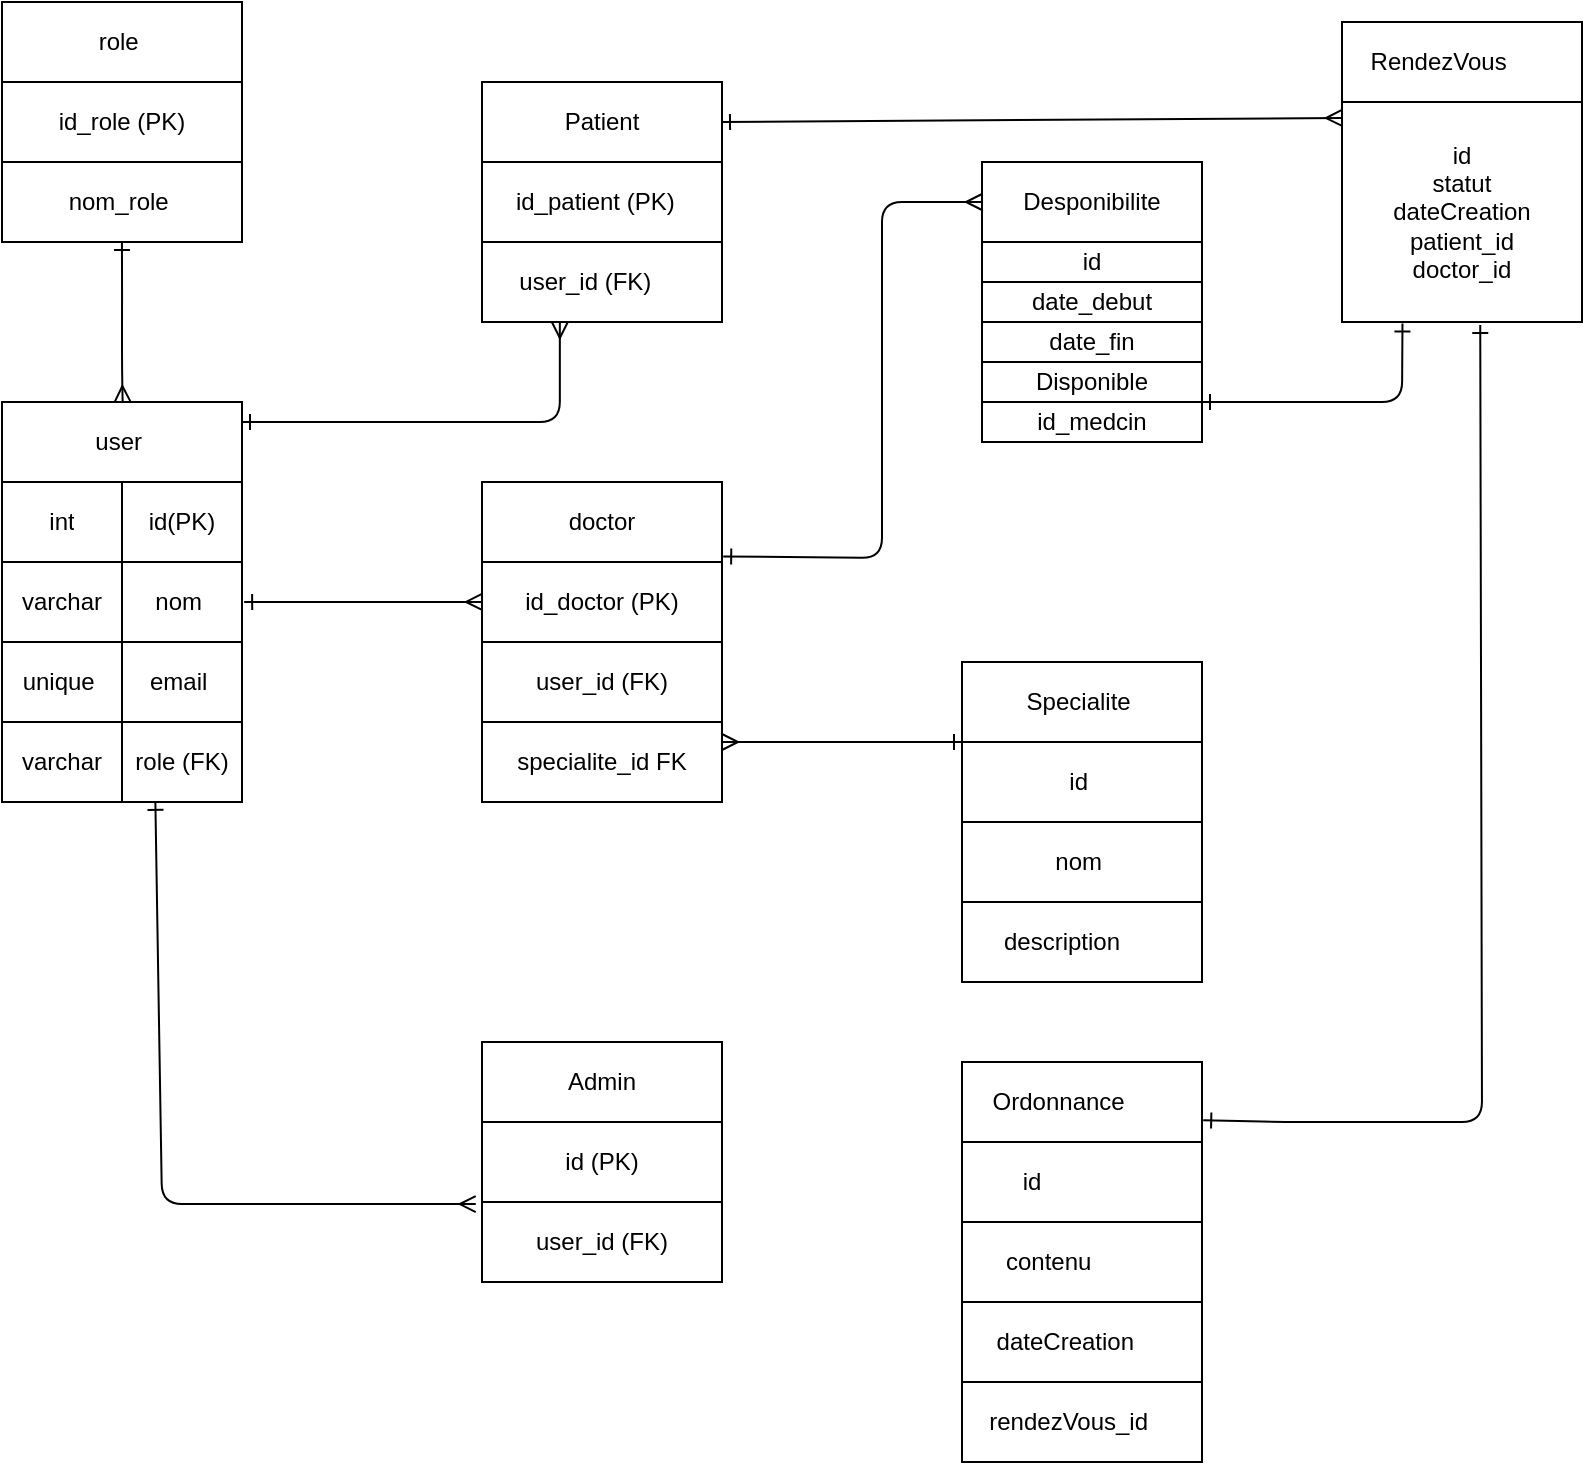
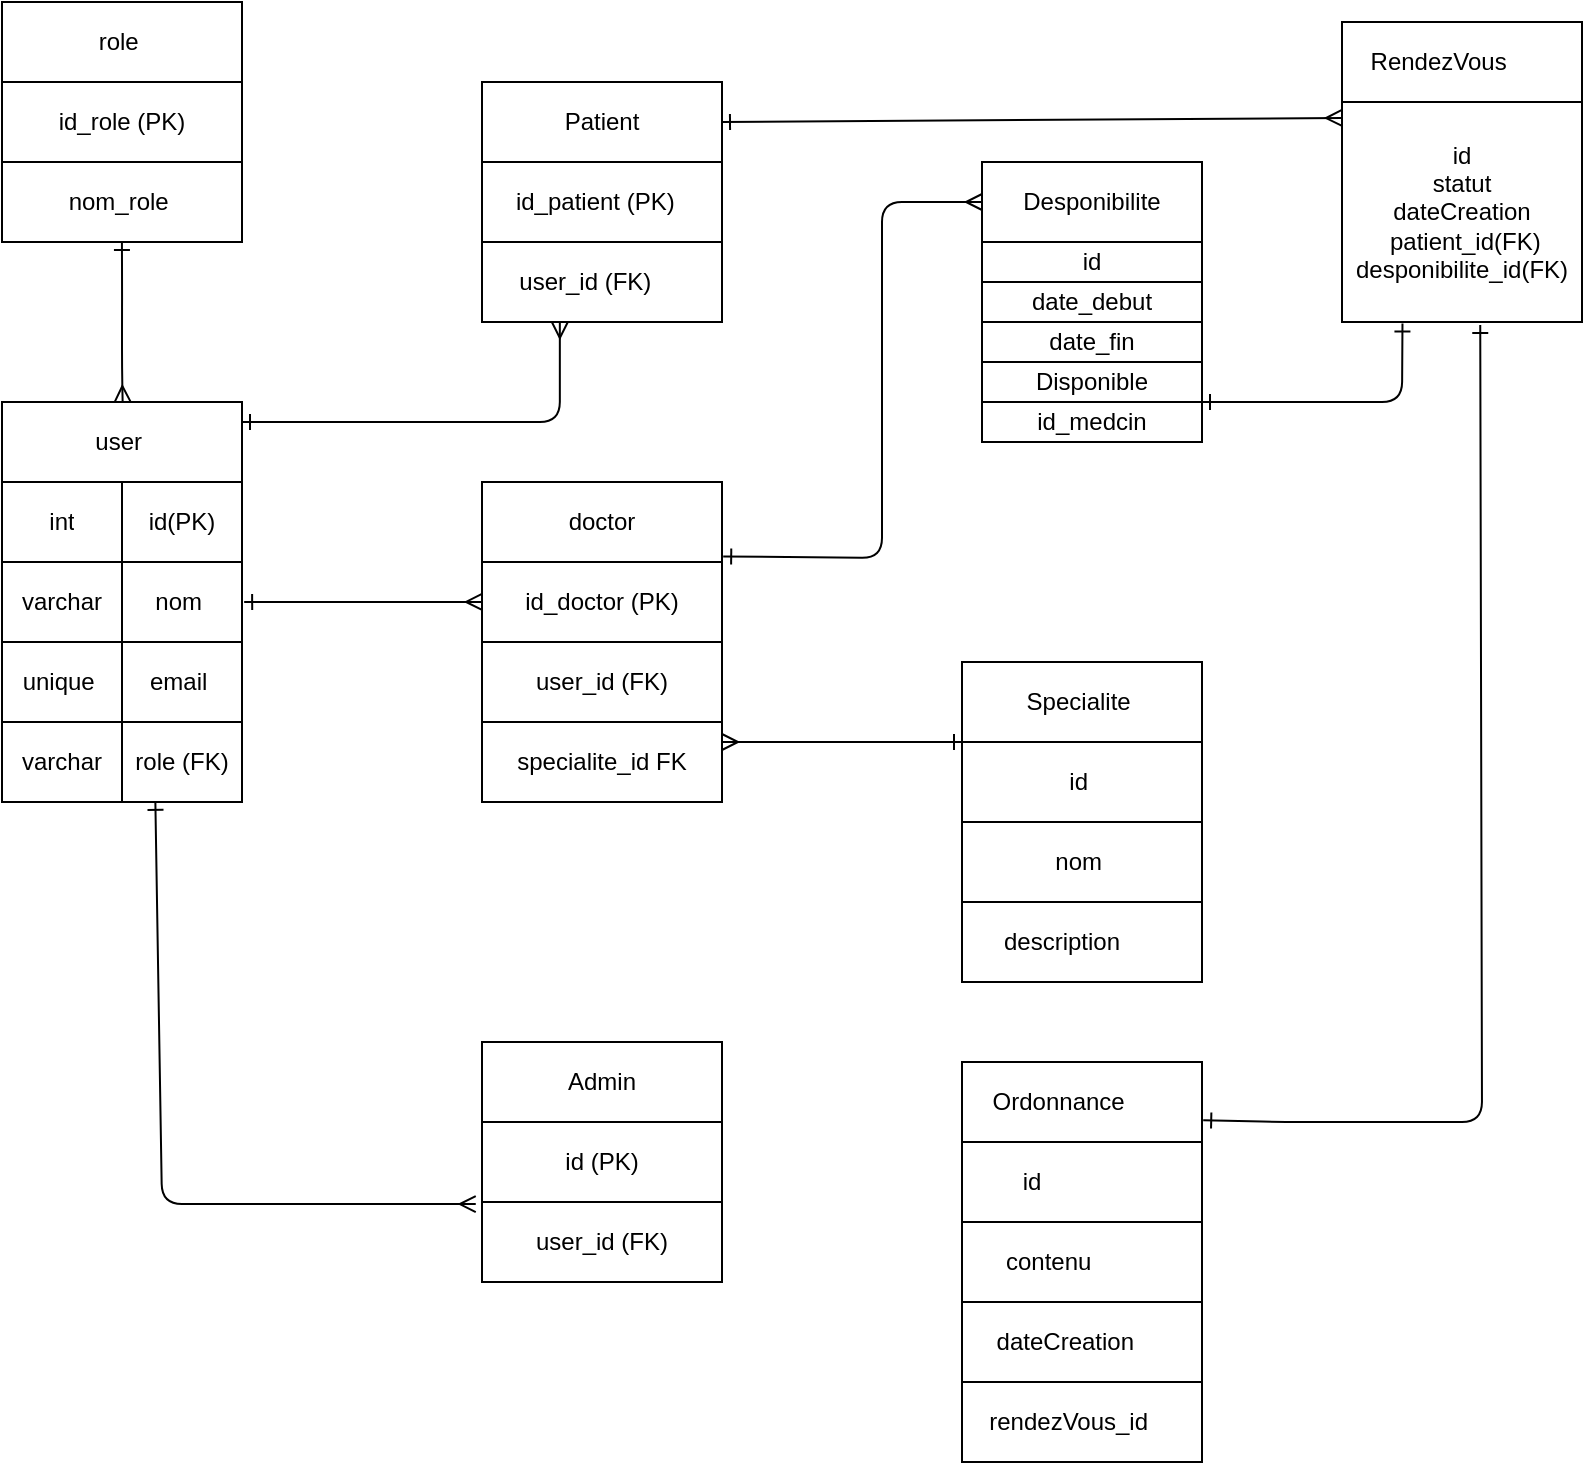
<mxfile host="65bd71144e">
    <diagram id="8NXw5d6HLf969eZLkYwe" name="Page-1">
-         <mxGraphModel dx="648" dy="493" grid="1" gridSize="10" guides="1" tooltips="1" connect="1" arrows="1" fold="1" page="1" pageScale="1" pageWidth="850" pageHeight="1100" math="0" shadow="0">
+         <mxGraphModel dx="580" dy="441" grid="1" gridSize="10" guides="1" tooltips="1" connect="1" arrows="1" fold="1" page="1" pageScale="1" pageWidth="850" pageHeight="1100" math="0" shadow="0">
            <root>
                <mxCell id="0"/>
                <mxCell id="1" parent="0"/>
                <mxCell id="43" value="" style="shape=table;startSize=0;container=1;collapsible=0;childLayout=tableLayout;" parent="1" vertex="1">
                    <mxGeometry x="20" y="240" width="120" height="40" as="geometry"/>
                </mxCell>
                <mxCell id="44" value="" style="shape=tableRow;horizontal=0;startSize=0;swimlaneHead=0;swimlaneBody=0;strokeColor=inherit;top=0;left=0;bottom=0;right=0;collapsible=0;dropTarget=0;fillColor=none;points=[[0,0.5],[1,0.5]];portConstraint=eastwest;" parent="43" vertex="1">
                    <mxGeometry width="120" height="40" as="geometry"/>
                </mxCell>
                <mxCell id="45" value="user&amp;nbsp;" style="shape=partialRectangle;html=1;whiteSpace=wrap;connectable=0;strokeColor=inherit;overflow=hidden;fillColor=none;top=0;left=0;bottom=0;right=0;pointerEvents=1;" parent="44" vertex="1">
                    <mxGeometry width="120" height="40" as="geometry">
                        <mxRectangle width="120" height="40" as="alternateBounds"/>
                    </mxGeometry>
                </mxCell>
                <mxCell id="62" value="" style="shape=table;startSize=0;container=1;collapsible=0;childLayout=tableLayout;" parent="1" vertex="1">
                    <mxGeometry x="20" y="280" width="120" height="160" as="geometry"/>
                </mxCell>
                <mxCell id="63" value="" style="shape=tableRow;horizontal=0;startSize=0;swimlaneHead=0;swimlaneBody=0;strokeColor=inherit;top=0;left=0;bottom=0;right=0;collapsible=0;dropTarget=0;fillColor=none;points=[[0,0.5],[1,0.5]];portConstraint=eastwest;" parent="62" vertex="1">
                    <mxGeometry width="120" height="40" as="geometry"/>
                </mxCell>
                <mxCell id="64" value="&lt;span style=&quot;color: rgb(0, 0, 0);&quot;&gt;int&lt;/span&gt;" style="shape=partialRectangle;html=1;whiteSpace=wrap;connectable=0;strokeColor=inherit;overflow=hidden;fillColor=none;top=0;left=0;bottom=0;right=0;pointerEvents=1;" parent="63" vertex="1">
                    <mxGeometry width="60" height="40" as="geometry">
                        <mxRectangle width="60" height="40" as="alternateBounds"/>
                    </mxGeometry>
                </mxCell>
                <mxCell id="65" value="id(PK)" style="shape=partialRectangle;html=1;whiteSpace=wrap;connectable=0;strokeColor=inherit;overflow=hidden;fillColor=none;top=0;left=0;bottom=0;right=0;pointerEvents=1;" parent="63" vertex="1">
                    <mxGeometry x="60" width="60" height="40" as="geometry">
                        <mxRectangle width="60" height="40" as="alternateBounds"/>
                    </mxGeometry>
                </mxCell>
                <mxCell id="66" value="" style="shape=tableRow;horizontal=0;startSize=0;swimlaneHead=0;swimlaneBody=0;strokeColor=inherit;top=0;left=0;bottom=0;right=0;collapsible=0;dropTarget=0;fillColor=none;points=[[0,0.5],[1,0.5]];portConstraint=eastwest;" parent="62" vertex="1">
                    <mxGeometry y="40" width="120" height="40" as="geometry"/>
                </mxCell>
                <mxCell id="67" value="&lt;span style=&quot;color: rgb(0, 0, 0);&quot;&gt;varchar&lt;/span&gt;" style="shape=partialRectangle;html=1;whiteSpace=wrap;connectable=0;strokeColor=inherit;overflow=hidden;fillColor=none;top=0;left=0;bottom=0;right=0;pointerEvents=1;" parent="66" vertex="1">
                    <mxGeometry width="60" height="40" as="geometry">
                        <mxRectangle width="60" height="40" as="alternateBounds"/>
                    </mxGeometry>
                </mxCell>
                <mxCell id="68" value="nom&amp;nbsp;" style="shape=partialRectangle;html=1;whiteSpace=wrap;connectable=0;strokeColor=inherit;overflow=hidden;fillColor=none;top=0;left=0;bottom=0;right=0;pointerEvents=1;" parent="66" vertex="1">
                    <mxGeometry x="60" width="60" height="40" as="geometry">
                        <mxRectangle width="60" height="40" as="alternateBounds"/>
                    </mxGeometry>
                </mxCell>
                <mxCell id="69" value="" style="shape=tableRow;horizontal=0;startSize=0;swimlaneHead=0;swimlaneBody=0;strokeColor=inherit;top=0;left=0;bottom=0;right=0;collapsible=0;dropTarget=0;fillColor=none;points=[[0,0.5],[1,0.5]];portConstraint=eastwest;" parent="62" vertex="1">
                    <mxGeometry y="80" width="120" height="40" as="geometry"/>
                </mxCell>
                <mxCell id="70" value="&lt;span style=&quot;color: rgb(0, 0, 0);&quot;&gt;unique&amp;nbsp;&lt;/span&gt;" style="shape=partialRectangle;html=1;whiteSpace=wrap;connectable=0;strokeColor=inherit;overflow=hidden;fillColor=none;top=0;left=0;bottom=0;right=0;pointerEvents=1;" parent="69" vertex="1">
                    <mxGeometry width="60" height="40" as="geometry">
                        <mxRectangle width="60" height="40" as="alternateBounds"/>
                    </mxGeometry>
                </mxCell>
                <mxCell id="71" value="email&amp;nbsp;" style="shape=partialRectangle;html=1;whiteSpace=wrap;connectable=0;strokeColor=inherit;overflow=hidden;fillColor=none;top=0;left=0;bottom=0;right=0;pointerEvents=1;" parent="69" vertex="1">
                    <mxGeometry x="60" width="60" height="40" as="geometry">
                        <mxRectangle width="60" height="40" as="alternateBounds"/>
                    </mxGeometry>
                </mxCell>
                <mxCell id="72" value="" style="shape=tableRow;horizontal=0;startSize=0;swimlaneHead=0;swimlaneBody=0;strokeColor=inherit;top=0;left=0;bottom=0;right=0;collapsible=0;dropTarget=0;fillColor=none;points=[[0,0.5],[1,0.5]];portConstraint=eastwest;" parent="62" vertex="1">
                    <mxGeometry y="120" width="120" height="40" as="geometry"/>
                </mxCell>
                <mxCell id="73" value="&lt;span style=&quot;color: rgb(0, 0, 0);&quot;&gt;varchar&lt;/span&gt;" style="shape=partialRectangle;html=1;whiteSpace=wrap;connectable=0;strokeColor=inherit;overflow=hidden;fillColor=none;top=0;left=0;bottom=0;right=0;pointerEvents=1;" parent="72" vertex="1">
                    <mxGeometry width="60" height="40" as="geometry">
                        <mxRectangle width="60" height="40" as="alternateBounds"/>
                    </mxGeometry>
                </mxCell>
                <mxCell id="74" value="&lt;span style=&quot;color: rgb(0, 0, 0);&quot;&gt;role (FK)&lt;/span&gt;" style="shape=partialRectangle;html=1;whiteSpace=wrap;connectable=0;strokeColor=inherit;overflow=hidden;fillColor=none;top=0;left=0;bottom=0;right=0;pointerEvents=1;" parent="72" vertex="1">
                    <mxGeometry x="60" width="60" height="40" as="geometry">
                        <mxRectangle width="60" height="40" as="alternateBounds"/>
                    </mxGeometry>
                </mxCell>
                <mxCell id="91" value="" style="shape=table;startSize=0;container=1;collapsible=0;childLayout=tableLayout;" parent="1" vertex="1">
                    <mxGeometry x="260" y="80" width="120" height="40" as="geometry"/>
                </mxCell>
                <mxCell id="92" value="" style="shape=tableRow;horizontal=0;startSize=0;swimlaneHead=0;swimlaneBody=0;strokeColor=inherit;top=0;left=0;bottom=0;right=0;collapsible=0;dropTarget=0;fillColor=none;points=[[0,0.5],[1,0.5]];portConstraint=eastwest;" parent="91" vertex="1">
                    <mxGeometry width="120" height="40" as="geometry"/>
                </mxCell>
                <mxCell id="93" value="Patient " style="shape=partialRectangle;html=1;whiteSpace=wrap;connectable=0;strokeColor=inherit;overflow=hidden;fillColor=none;top=0;left=0;bottom=0;right=0;pointerEvents=1;" parent="92" vertex="1">
                    <mxGeometry width="120" height="40" as="geometry">
                        <mxRectangle width="120" height="40" as="alternateBounds"/>
                    </mxGeometry>
                </mxCell>
                <mxCell id="107" value="" style="shape=table;startSize=0;container=1;collapsible=0;childLayout=tableLayout;" parent="1" vertex="1">
                    <mxGeometry x="20" y="40" width="120" height="40" as="geometry"/>
                </mxCell>
                <mxCell id="108" value="" style="shape=tableRow;horizontal=0;startSize=0;swimlaneHead=0;swimlaneBody=0;strokeColor=inherit;top=0;left=0;bottom=0;right=0;collapsible=0;dropTarget=0;fillColor=none;points=[[0,0.5],[1,0.5]];portConstraint=eastwest;" parent="107" vertex="1">
                    <mxGeometry width="120" height="40" as="geometry"/>
                </mxCell>
                <mxCell id="109" value="role&amp;nbsp;" style="shape=partialRectangle;html=1;whiteSpace=wrap;connectable=0;strokeColor=inherit;overflow=hidden;fillColor=none;top=0;left=0;bottom=0;right=0;pointerEvents=1;" parent="108" vertex="1">
                    <mxGeometry width="120" height="40" as="geometry">
                        <mxRectangle width="120" height="40" as="alternateBounds"/>
                    </mxGeometry>
                </mxCell>
                <mxCell id="121" value="" style="shape=table;startSize=0;container=1;collapsible=0;childLayout=tableLayout;" parent="1" vertex="1">
                    <mxGeometry x="20" y="80" width="120" height="80" as="geometry"/>
                </mxCell>
                <mxCell id="122" value="" style="shape=tableRow;horizontal=0;startSize=0;swimlaneHead=0;swimlaneBody=0;strokeColor=inherit;top=0;left=0;bottom=0;right=0;collapsible=0;dropTarget=0;fillColor=none;points=[[0,0.5],[1,0.5]];portConstraint=eastwest;" parent="121" vertex="1">
                    <mxGeometry width="120" height="40" as="geometry"/>
                </mxCell>
                <mxCell id="123" value="&amp;nbsp;id_role (PK)&amp;nbsp;" style="shape=partialRectangle;html=1;whiteSpace=wrap;connectable=0;strokeColor=inherit;overflow=hidden;fillColor=none;top=0;left=0;bottom=0;right=0;pointerEvents=1;" parent="122" vertex="1">
                    <mxGeometry width="120" height="40" as="geometry">
                        <mxRectangle width="120" height="40" as="alternateBounds"/>
                    </mxGeometry>
                </mxCell>
                <mxCell id="124" value="" style="shape=tableRow;horizontal=0;startSize=0;swimlaneHead=0;swimlaneBody=0;strokeColor=inherit;top=0;left=0;bottom=0;right=0;collapsible=0;dropTarget=0;fillColor=none;points=[[0,0.5],[1,0.5]];portConstraint=eastwest;" parent="121" vertex="1">
                    <mxGeometry y="40" width="120" height="40" as="geometry"/>
                </mxCell>
                <mxCell id="125" value="nom_role&amp;nbsp;" style="shape=partialRectangle;html=1;whiteSpace=wrap;connectable=0;strokeColor=inherit;overflow=hidden;fillColor=none;top=0;left=0;bottom=0;right=0;pointerEvents=1;" parent="124" vertex="1">
                    <mxGeometry width="120" height="40" as="geometry">
                        <mxRectangle width="120" height="40" as="alternateBounds"/>
                    </mxGeometry>
                </mxCell>
                <mxCell id="126" value="" style="shape=table;startSize=0;container=1;collapsible=0;childLayout=tableLayout;" parent="1" vertex="1">
                    <mxGeometry x="260" y="120" width="120" height="80" as="geometry"/>
                </mxCell>
                <mxCell id="127" value="" style="shape=tableRow;horizontal=0;startSize=0;swimlaneHead=0;swimlaneBody=0;strokeColor=inherit;top=0;left=0;bottom=0;right=0;collapsible=0;dropTarget=0;fillColor=none;points=[[0,0.5],[1,0.5]];portConstraint=eastwest;" parent="126" vertex="1">
                    <mxGeometry width="120" height="40" as="geometry"/>
                </mxCell>
                <mxCell id="128" value="id_patient (PK)&amp;nbsp;&amp;nbsp;" style="shape=partialRectangle;html=1;whiteSpace=wrap;connectable=0;strokeColor=inherit;overflow=hidden;fillColor=none;top=0;left=0;bottom=0;right=0;pointerEvents=1;" parent="127" vertex="1">
                    <mxGeometry width="120" height="40" as="geometry">
                        <mxRectangle width="120" height="40" as="alternateBounds"/>
                    </mxGeometry>
                </mxCell>
                <mxCell id="129" value="" style="shape=tableRow;horizontal=0;startSize=0;swimlaneHead=0;swimlaneBody=0;strokeColor=inherit;top=0;left=0;bottom=0;right=0;collapsible=0;dropTarget=0;fillColor=none;points=[[0,0.5],[1,0.5]];portConstraint=eastwest;" parent="126" vertex="1">
                    <mxGeometry y="40" width="120" height="40" as="geometry"/>
                </mxCell>
                <mxCell id="130" value="user_id (FK)&amp;nbsp; &amp;nbsp; &amp;nbsp;" style="shape=partialRectangle;html=1;whiteSpace=wrap;connectable=0;strokeColor=inherit;overflow=hidden;fillColor=none;top=0;left=0;bottom=0;right=0;pointerEvents=1;" parent="129" vertex="1">
                    <mxGeometry width="120" height="40" as="geometry">
                        <mxRectangle width="120" height="40" as="alternateBounds"/>
                    </mxGeometry>
                </mxCell>
                <mxCell id="131" value="" style="shape=table;startSize=0;container=1;collapsible=0;childLayout=tableLayout;" parent="1" vertex="1">
                    <mxGeometry x="260" y="280" width="120" height="40" as="geometry"/>
                </mxCell>
                <mxCell id="132" value="" style="shape=tableRow;horizontal=0;startSize=0;swimlaneHead=0;swimlaneBody=0;strokeColor=inherit;top=0;left=0;bottom=0;right=0;collapsible=0;dropTarget=0;fillColor=none;points=[[0,0.5],[1,0.5]];portConstraint=eastwest;" parent="131" vertex="1">
                    <mxGeometry width="120" height="40" as="geometry"/>
                </mxCell>
                <mxCell id="133" value="doctor" style="shape=partialRectangle;html=1;whiteSpace=wrap;connectable=0;strokeColor=inherit;overflow=hidden;fillColor=none;top=0;left=0;bottom=0;right=0;pointerEvents=1;" parent="132" vertex="1">
                    <mxGeometry width="120" height="40" as="geometry">
                        <mxRectangle width="120" height="40" as="alternateBounds"/>
                    </mxGeometry>
                </mxCell>
                <mxCell id="134" value="" style="shape=table;startSize=0;container=1;collapsible=0;childLayout=tableLayout;" parent="1" vertex="1">
                    <mxGeometry x="260" y="320" width="120" height="80" as="geometry"/>
                </mxCell>
                <mxCell id="135" value="" style="shape=tableRow;horizontal=0;startSize=0;swimlaneHead=0;swimlaneBody=0;strokeColor=inherit;top=0;left=0;bottom=0;right=0;collapsible=0;dropTarget=0;fillColor=none;points=[[0,0.5],[1,0.5]];portConstraint=eastwest;" parent="134" vertex="1">
                    <mxGeometry width="120" height="40" as="geometry"/>
                </mxCell>
                <mxCell id="136" value="id_doctor (PK)   " style="shape=partialRectangle;html=1;whiteSpace=wrap;connectable=0;strokeColor=inherit;overflow=hidden;fillColor=none;top=0;left=0;bottom=0;right=0;pointerEvents=1;" parent="135" vertex="1">
                    <mxGeometry width="120" height="40" as="geometry">
                        <mxRectangle width="120" height="40" as="alternateBounds"/>
                    </mxGeometry>
                </mxCell>
                <mxCell id="137" value="" style="shape=tableRow;horizontal=0;startSize=0;swimlaneHead=0;swimlaneBody=0;strokeColor=inherit;top=0;left=0;bottom=0;right=0;collapsible=0;dropTarget=0;fillColor=none;points=[[0,0.5],[1,0.5]];portConstraint=eastwest;" parent="134" vertex="1">
                    <mxGeometry y="40" width="120" height="40" as="geometry"/>
                </mxCell>
                <mxCell id="138" value="user_id (FK) " style="shape=partialRectangle;html=1;whiteSpace=wrap;connectable=0;strokeColor=inherit;overflow=hidden;fillColor=none;top=0;left=0;bottom=0;right=0;pointerEvents=1;" parent="137" vertex="1">
                    <mxGeometry width="120" height="40" as="geometry">
                        <mxRectangle width="120" height="40" as="alternateBounds"/>
                    </mxGeometry>
                </mxCell>
                <mxCell id="139" value="" style="shape=table;startSize=0;container=1;collapsible=0;childLayout=tableLayout;" parent="1" vertex="1">
                    <mxGeometry x="260" y="400" width="120" height="40" as="geometry"/>
                </mxCell>
                <mxCell id="140" value="" style="shape=tableRow;horizontal=0;startSize=0;swimlaneHead=0;swimlaneBody=0;strokeColor=inherit;top=0;left=0;bottom=0;right=0;collapsible=0;dropTarget=0;fillColor=none;points=[[0,0.5],[1,0.5]];portConstraint=eastwest;" parent="139" vertex="1">
                    <mxGeometry width="120" height="40" as="geometry"/>
                </mxCell>
                <mxCell id="141" value="&amp;nbsp;specialite_id FK&amp;nbsp;" style="shape=partialRectangle;html=1;whiteSpace=wrap;connectable=0;strokeColor=inherit;overflow=hidden;fillColor=none;top=0;left=0;bottom=0;right=0;pointerEvents=1;" parent="140" vertex="1">
                    <mxGeometry width="120" height="40" as="geometry">
                        <mxRectangle width="120" height="40" as="alternateBounds"/>
                    </mxGeometry>
                </mxCell>
                <mxCell id="142" value="" style="shape=table;startSize=0;container=1;collapsible=0;childLayout=tableLayout;" parent="1" vertex="1">
                    <mxGeometry x="260" y="560" width="120" height="40" as="geometry"/>
                </mxCell>
                <mxCell id="143" value="" style="shape=tableRow;horizontal=0;startSize=0;swimlaneHead=0;swimlaneBody=0;strokeColor=inherit;top=0;left=0;bottom=0;right=0;collapsible=0;dropTarget=0;fillColor=none;points=[[0,0.5],[1,0.5]];portConstraint=eastwest;" parent="142" vertex="1">
                    <mxGeometry width="120" height="40" as="geometry"/>
                </mxCell>
                <mxCell id="144" value="Admin" style="shape=partialRectangle;html=1;whiteSpace=wrap;connectable=0;strokeColor=inherit;overflow=hidden;fillColor=none;top=0;left=0;bottom=0;right=0;pointerEvents=1;" parent="143" vertex="1">
                    <mxGeometry width="120" height="40" as="geometry">
                        <mxRectangle width="120" height="40" as="alternateBounds"/>
                    </mxGeometry>
                </mxCell>
                <mxCell id="145" value="" style="shape=table;startSize=0;container=1;collapsible=0;childLayout=tableLayout;" parent="1" vertex="1">
                    <mxGeometry x="260" y="600" width="120" height="80" as="geometry"/>
                </mxCell>
                <mxCell id="146" value="" style="shape=tableRow;horizontal=0;startSize=0;swimlaneHead=0;swimlaneBody=0;strokeColor=inherit;top=0;left=0;bottom=0;right=0;collapsible=0;dropTarget=0;fillColor=none;points=[[0,0.5],[1,0.5]];portConstraint=eastwest;" parent="145" vertex="1">
                    <mxGeometry width="120" height="40" as="geometry"/>
                </mxCell>
                <mxCell id="147" value="id (PK) " style="shape=partialRectangle;html=1;whiteSpace=wrap;connectable=0;strokeColor=inherit;overflow=hidden;fillColor=none;top=0;left=0;bottom=0;right=0;pointerEvents=1;" parent="146" vertex="1">
                    <mxGeometry width="120" height="40" as="geometry">
                        <mxRectangle width="120" height="40" as="alternateBounds"/>
                    </mxGeometry>
                </mxCell>
                <mxCell id="148" value="" style="shape=tableRow;horizontal=0;startSize=0;swimlaneHead=0;swimlaneBody=0;strokeColor=inherit;top=0;left=0;bottom=0;right=0;collapsible=0;dropTarget=0;fillColor=none;points=[[0,0.5],[1,0.5]];portConstraint=eastwest;" parent="145" vertex="1">
                    <mxGeometry y="40" width="120" height="40" as="geometry"/>
                </mxCell>
                <mxCell id="149" value="user_id (FK)" style="shape=partialRectangle;html=1;whiteSpace=wrap;connectable=0;strokeColor=inherit;overflow=hidden;fillColor=none;top=0;left=0;bottom=0;right=0;pointerEvents=1;" parent="148" vertex="1">
                    <mxGeometry width="120" height="40" as="geometry">
                        <mxRectangle width="120" height="40" as="alternateBounds"/>
                    </mxGeometry>
                </mxCell>
                <mxCell id="152" style="edgeStyle=none;html=1;exitX=0.336;exitY=-0.071;exitDx=0;exitDy=0;exitPerimeter=0;endArrow=ERone;endFill=0;startArrow=ERmany;startFill=0;entryX=0.333;entryY=1;entryDx=0;entryDy=0;entryPerimeter=0;" parent="1" edge="1">
                    <mxGeometry relative="1" as="geometry">
                        <mxPoint x="80.32" y="240.00000000000003" as="sourcePoint"/>
                        <mxPoint x="79.95999999999998" y="160" as="targetPoint"/>
                        <Array as="points">
                            <mxPoint x="80" y="222.84"/>
                            <mxPoint x="80" y="202.84"/>
                            <mxPoint x="80.03999999999999" y="182.84"/>
                        </Array>
                    </mxGeometry>
                </mxCell>
                <mxCell id="156" style="edgeStyle=none;html=1;endArrow=ERone;endFill=0;startArrow=ERmany;startFill=0;entryX=1.009;entryY=0.002;entryDx=0;entryDy=0;entryPerimeter=0;" parent="1" edge="1">
                    <mxGeometry relative="1" as="geometry">
                        <mxPoint x="298.92" y="200" as="sourcePoint"/>
                        <mxPoint x="140" y="250.01999999999998" as="targetPoint"/>
                        <Array as="points">
                            <mxPoint x="298.92" y="250"/>
                            <mxPoint x="178.92" y="249.94"/>
                        </Array>
                    </mxGeometry>
                </mxCell>
                <mxCell id="157" style="edgeStyle=none;html=1;exitX=0;exitY=0;exitDx=0;exitDy=0;exitPerimeter=0;endArrow=ERone;endFill=0;startArrow=ERmany;startFill=0;entryX=1.009;entryY=0.002;entryDx=0;entryDy=0;entryPerimeter=0;" parent="1" edge="1">
                    <mxGeometry relative="1" as="geometry">
                        <mxPoint x="260" y="339.94" as="sourcePoint"/>
                        <mxPoint x="141.08" y="340.02" as="targetPoint"/>
                        <Array as="points">
                            <mxPoint x="210" y="340"/>
                            <mxPoint x="190" y="340"/>
                            <mxPoint x="180" y="339.94"/>
                        </Array>
                    </mxGeometry>
                </mxCell>
                <mxCell id="158" style="edgeStyle=none;html=1;endArrow=ERone;endFill=0;startArrow=ERmany;startFill=0;entryX=0.639;entryY=0.998;entryDx=0;entryDy=0;entryPerimeter=0;exitX=-0.026;exitY=0.026;exitDx=0;exitDy=0;exitPerimeter=0;" parent="1" source="148" target="72" edge="1">
                    <mxGeometry relative="1" as="geometry">
                        <mxPoint x="260" y="560" as="sourcePoint"/>
                        <mxPoint x="141.08" y="560.02" as="targetPoint"/>
                        <Array as="points">
                            <mxPoint x="100" y="641"/>
                        </Array>
                    </mxGeometry>
                </mxCell>
                <mxCell id="161" value="" style="shape=table;startSize=0;container=1;collapsible=0;childLayout=tableLayout;" parent="1" vertex="1">
                    <mxGeometry x="690" y="50" width="120" height="40" as="geometry"/>
                </mxCell>
                <mxCell id="162" value="" style="shape=tableRow;horizontal=0;startSize=0;swimlaneHead=0;swimlaneBody=0;strokeColor=inherit;top=0;left=0;bottom=0;right=0;collapsible=0;dropTarget=0;fillColor=none;points=[[0,0.5],[1,0.5]];portConstraint=eastwest;" parent="161" vertex="1">
                    <mxGeometry width="120" height="40" as="geometry"/>
                </mxCell>
                <mxCell id="163" value="RendezVous&amp;nbsp; &amp;nbsp; &amp;nbsp; &amp;nbsp;" style="shape=partialRectangle;html=1;whiteSpace=wrap;connectable=0;strokeColor=inherit;overflow=hidden;fillColor=none;top=0;left=0;bottom=0;right=0;pointerEvents=1;" parent="162" vertex="1">
                    <mxGeometry width="120" height="40" as="geometry">
                        <mxRectangle width="120" height="40" as="alternateBounds"/>
                    </mxGeometry>
                </mxCell>
                <mxCell id="196" value="" style="shape=table;startSize=0;container=1;collapsible=0;childLayout=tableLayout;" parent="1" vertex="1">
                    <mxGeometry x="500" y="370" width="120" height="40" as="geometry"/>
                </mxCell>
                <mxCell id="197" value="" style="shape=tableRow;horizontal=0;startSize=0;swimlaneHead=0;swimlaneBody=0;strokeColor=inherit;top=0;left=0;bottom=0;right=0;collapsible=0;dropTarget=0;fillColor=none;points=[[0,0.5],[1,0.5]];portConstraint=eastwest;" parent="196" vertex="1">
                    <mxGeometry width="120" height="40" as="geometry"/>
                </mxCell>
                <mxCell id="198" value="&amp;nbsp;Specialite&amp;nbsp;&amp;nbsp;" style="shape=partialRectangle;html=1;whiteSpace=wrap;connectable=0;strokeColor=inherit;overflow=hidden;fillColor=none;top=0;left=0;bottom=0;right=0;pointerEvents=1;" parent="197" vertex="1">
                    <mxGeometry width="120" height="40" as="geometry">
                        <mxRectangle width="120" height="40" as="alternateBounds"/>
                    </mxGeometry>
                </mxCell>
                <mxCell id="199" value="" style="shape=table;startSize=0;container=1;collapsible=0;childLayout=tableLayout;" parent="1" vertex="1">
                    <mxGeometry x="500" y="410" width="120" height="80" as="geometry"/>
                </mxCell>
                <mxCell id="200" value="" style="shape=tableRow;horizontal=0;startSize=0;swimlaneHead=0;swimlaneBody=0;strokeColor=inherit;top=0;left=0;bottom=0;right=0;collapsible=0;dropTarget=0;fillColor=none;points=[[0,0.5],[1,0.5]];portConstraint=eastwest;" parent="199" vertex="1">
                    <mxGeometry width="120" height="40" as="geometry"/>
                </mxCell>
                <mxCell id="201" value="id&amp;nbsp;" style="shape=partialRectangle;html=1;whiteSpace=wrap;connectable=0;strokeColor=inherit;overflow=hidden;fillColor=none;top=0;left=0;bottom=0;right=0;pointerEvents=1;" parent="200" vertex="1">
                    <mxGeometry width="120" height="40" as="geometry">
                        <mxRectangle width="120" height="40" as="alternateBounds"/>
                    </mxGeometry>
                </mxCell>
                <mxCell id="202" value="" style="shape=tableRow;horizontal=0;startSize=0;swimlaneHead=0;swimlaneBody=0;strokeColor=inherit;top=0;left=0;bottom=0;right=0;collapsible=0;dropTarget=0;fillColor=none;points=[[0,0.5],[1,0.5]];portConstraint=eastwest;" parent="199" vertex="1">
                    <mxGeometry y="40" width="120" height="40" as="geometry"/>
                </mxCell>
                <mxCell id="203" value="&amp;nbsp;nom&amp;nbsp;&amp;nbsp;" style="shape=partialRectangle;html=1;whiteSpace=wrap;connectable=0;strokeColor=inherit;overflow=hidden;fillColor=none;top=0;left=0;bottom=0;right=0;pointerEvents=1;" parent="202" vertex="1">
                    <mxGeometry width="120" height="40" as="geometry">
                        <mxRectangle width="120" height="40" as="alternateBounds"/>
                    </mxGeometry>
                </mxCell>
                <mxCell id="212" value="" style="shape=table;startSize=0;container=1;collapsible=0;childLayout=tableLayout;" parent="1" vertex="1">
                    <mxGeometry x="500" y="570" width="120" height="40" as="geometry"/>
                </mxCell>
                <mxCell id="213" value="" style="shape=tableRow;horizontal=0;startSize=0;swimlaneHead=0;swimlaneBody=0;strokeColor=inherit;top=0;left=0;bottom=0;right=0;collapsible=0;dropTarget=0;fillColor=none;points=[[0,0.5],[1,0.5]];portConstraint=eastwest;" parent="212" vertex="1">
                    <mxGeometry width="120" height="40" as="geometry"/>
                </mxCell>
                <mxCell id="214" value="Ordonnance&amp;nbsp; &amp;nbsp; &amp;nbsp; &amp;nbsp;" style="shape=partialRectangle;html=1;whiteSpace=wrap;connectable=0;strokeColor=inherit;overflow=hidden;fillColor=none;top=0;left=0;bottom=0;right=0;pointerEvents=1;" parent="213" vertex="1">
                    <mxGeometry width="120" height="40" as="geometry">
                        <mxRectangle width="120" height="40" as="alternateBounds"/>
                    </mxGeometry>
                </mxCell>
                <mxCell id="215" value="" style="shape=table;startSize=0;container=1;collapsible=0;childLayout=tableLayout;" parent="1" vertex="1">
                    <mxGeometry x="500" y="610" width="120" height="160" as="geometry"/>
                </mxCell>
                <mxCell id="216" value="" style="shape=tableRow;horizontal=0;startSize=0;swimlaneHead=0;swimlaneBody=0;strokeColor=inherit;top=0;left=0;bottom=0;right=0;collapsible=0;dropTarget=0;fillColor=none;points=[[0,0.5],[1,0.5]];portConstraint=eastwest;" parent="215" vertex="1">
                    <mxGeometry width="120" height="40" as="geometry"/>
                </mxCell>
                <mxCell id="217" value="id&amp;nbsp; &amp;nbsp; &amp;nbsp; &amp;nbsp; &amp;nbsp; &amp;nbsp; &amp;nbsp; &amp;nbsp;" style="shape=partialRectangle;html=1;whiteSpace=wrap;connectable=0;strokeColor=inherit;overflow=hidden;fillColor=none;top=0;left=0;bottom=0;right=0;pointerEvents=1;" parent="216" vertex="1">
                    <mxGeometry width="120" height="40" as="geometry">
                        <mxRectangle width="120" height="40" as="alternateBounds"/>
                    </mxGeometry>
                </mxCell>
                <mxCell id="218" value="" style="shape=tableRow;horizontal=0;startSize=0;swimlaneHead=0;swimlaneBody=0;strokeColor=inherit;top=0;left=0;bottom=0;right=0;collapsible=0;dropTarget=0;fillColor=none;points=[[0,0.5],[1,0.5]];portConstraint=eastwest;" parent="215" vertex="1">
                    <mxGeometry y="40" width="120" height="40" as="geometry"/>
                </mxCell>
                <mxCell id="219" value="contenu&amp;nbsp; &amp;nbsp; &amp;nbsp; &amp;nbsp; &amp;nbsp;&amp;nbsp;" style="shape=partialRectangle;html=1;whiteSpace=wrap;connectable=0;strokeColor=inherit;overflow=hidden;fillColor=none;top=0;left=0;bottom=0;right=0;pointerEvents=1;" parent="218" vertex="1">
                    <mxGeometry width="120" height="40" as="geometry">
                        <mxRectangle width="120" height="40" as="alternateBounds"/>
                    </mxGeometry>
                </mxCell>
                <mxCell id="257" value="" style="shape=tableRow;horizontal=0;startSize=0;swimlaneHead=0;swimlaneBody=0;strokeColor=inherit;top=0;left=0;bottom=0;right=0;collapsible=0;dropTarget=0;fillColor=none;points=[[0,0.5],[1,0.5]];portConstraint=eastwest;" vertex="1" parent="215">
                    <mxGeometry y="80" width="120" height="40" as="geometry"/>
                </mxCell>
                <mxCell id="258" value="contenu&amp;nbsp; &amp;nbsp; &amp;nbsp; &amp;nbsp; &amp;nbsp;&amp;nbsp;" style="shape=partialRectangle;html=1;whiteSpace=wrap;connectable=0;strokeColor=inherit;overflow=hidden;fillColor=none;top=0;left=0;bottom=0;right=0;pointerEvents=1;" vertex="1" parent="257">
                    <mxGeometry width="120" height="40" as="geometry">
                        <mxRectangle width="120" height="40" as="alternateBounds"/>
                    </mxGeometry>
                </mxCell>
                <mxCell id="255" value="" style="shape=tableRow;horizontal=0;startSize=0;swimlaneHead=0;swimlaneBody=0;strokeColor=inherit;top=0;left=0;bottom=0;right=0;collapsible=0;dropTarget=0;fillColor=none;points=[[0,0.5],[1,0.5]];portConstraint=eastwest;" vertex="1" parent="215">
                    <mxGeometry y="120" width="120" height="40" as="geometry"/>
                </mxCell>
                <mxCell id="256" value="contenu&amp;nbsp; &amp;nbsp; &amp;nbsp; &amp;nbsp; &amp;nbsp;&amp;nbsp;" style="shape=partialRectangle;html=1;whiteSpace=wrap;connectable=0;strokeColor=inherit;overflow=hidden;fillColor=none;top=0;left=0;bottom=0;right=0;pointerEvents=1;" vertex="1" parent="255">
                    <mxGeometry width="120" height="40" as="geometry">
                        <mxRectangle width="120" height="40" as="alternateBounds"/>
                    </mxGeometry>
                </mxCell>
                <mxCell id="220" value="" style="shape=table;startSize=0;container=1;collapsible=0;childLayout=tableLayout;" parent="1" vertex="1">
                    <mxGeometry x="500" y="490" width="119.99999999999977" height="40" as="geometry"/>
                </mxCell>
                <mxCell id="221" value="" style="shape=tableRow;horizontal=0;startSize=0;swimlaneHead=0;swimlaneBody=0;strokeColor=inherit;top=0;left=0;bottom=0;right=0;collapsible=0;dropTarget=0;fillColor=none;points=[[0,0.5],[1,0.5]];portConstraint=eastwest;" parent="220" vertex="1">
                    <mxGeometry width="119.99999999999977" height="40" as="geometry"/>
                </mxCell>
                <mxCell id="222" value="description&amp;nbsp; &amp;nbsp; &amp;nbsp;&amp;nbsp;" style="shape=partialRectangle;html=1;whiteSpace=wrap;connectable=0;strokeColor=inherit;overflow=hidden;fillColor=none;top=0;left=0;bottom=0;right=0;pointerEvents=1;" parent="221" vertex="1">
                    <mxGeometry width="120" height="40" as="geometry">
                        <mxRectangle width="120" height="40" as="alternateBounds"/>
                    </mxGeometry>
                </mxCell>
                <mxCell id="233" value="" style="shape=table;startSize=0;container=1;collapsible=0;childLayout=tableLayout;" parent="1" vertex="1">
                    <mxGeometry x="690" y="90" width="119.99999999999977" height="109.99999999999999" as="geometry"/>
                </mxCell>
                <mxCell id="234" value="" style="shape=tableRow;horizontal=0;startSize=0;swimlaneHead=0;swimlaneBody=0;strokeColor=inherit;top=0;left=0;bottom=0;right=0;collapsible=0;dropTarget=0;fillColor=none;points=[[0,0.5],[1,0.5]];portConstraint=eastwest;" parent="233" vertex="1">
                    <mxGeometry width="119.99999999999977" height="110" as="geometry"/>
                </mxCell>
-                 <mxCell id="235" value="&lt;span style=&quot;color: rgb(0, 0, 0); text-align: left;&quot;&gt;&amp;nbsp;id&amp;nbsp;&lt;/span&gt;&lt;br style=&quot;color: rgb(63, 63, 63); scrollbar-color: rgb(226, 226, 226) rgb(251, 251, 251); text-align: left;&quot;&gt;&lt;span style=&quot;color: rgb(0, 0, 0); text-align: left;&quot;&gt;&amp;nbsp;statut&amp;nbsp;&lt;/span&gt;&lt;br style=&quot;color: rgb(63, 63, 63); scrollbar-color: rgb(226, 226, 226) rgb(251, 251, 251); text-align: left;&quot;&gt;&lt;span style=&quot;color: rgb(0, 0, 0); text-align: left;&quot;&gt;&amp;nbsp;dateCreation&amp;nbsp;&lt;/span&gt;&lt;br style=&quot;color: rgb(63, 63, 63); scrollbar-color: rgb(226, 226, 226) rgb(251, 251, 251); text-align: left;&quot;&gt;&lt;span style=&quot;color: rgb(0, 0, 0); text-align: left;&quot;&gt;&amp;nbsp;patient_id&amp;nbsp;&lt;/span&gt;&lt;br style=&quot;color: rgb(63, 63, 63); scrollbar-color: rgb(226, 226, 226) rgb(251, 251, 251); text-align: left;&quot;&gt;&lt;span style=&quot;color: rgb(0, 0, 0); text-align: left;&quot;&gt;&amp;nbsp;doctor_id&amp;nbsp;&lt;/span&gt;" style="shape=partialRectangle;html=1;whiteSpace=wrap;connectable=0;strokeColor=inherit;overflow=hidden;fillColor=none;top=0;left=0;bottom=0;right=0;pointerEvents=1;" parent="234" vertex="1">
+                 <mxCell id="235" value="&lt;span style=&quot;color: rgb(0, 0, 0); text-align: left;&quot;&gt;&amp;nbsp;id&amp;nbsp;&lt;/span&gt;&lt;br style=&quot;color: rgb(63, 63, 63); scrollbar-color: rgb(226, 226, 226) rgb(251, 251, 251); text-align: left;&quot;&gt;&lt;span style=&quot;color: rgb(0, 0, 0); text-align: left;&quot;&gt;&amp;nbsp;statut&amp;nbsp;&lt;/span&gt;&lt;br style=&quot;color: rgb(63, 63, 63); scrollbar-color: rgb(226, 226, 226) rgb(251, 251, 251); text-align: left;&quot;&gt;&lt;span style=&quot;color: rgb(0, 0, 0); text-align: left;&quot;&gt;&amp;nbsp;dateCreation&amp;nbsp;&lt;/span&gt;&lt;br style=&quot;color: rgb(63, 63, 63); scrollbar-color: rgb(226, 226, 226) rgb(251, 251, 251); text-align: left;&quot;&gt;&lt;span style=&quot;color: rgb(0, 0, 0); text-align: left;&quot;&gt;&amp;nbsp;patient_id(FK)&lt;/span&gt;&lt;br&gt;&lt;div style=&quot;text-align: left;&quot;&gt;&lt;font color=&quot;#000000&quot;&gt;desponibilite_id(FK)&lt;/font&gt;&lt;/div&gt;" style="shape=partialRectangle;html=1;whiteSpace=wrap;connectable=0;strokeColor=inherit;overflow=hidden;fillColor=none;top=0;left=0;bottom=0;right=0;pointerEvents=1;" parent="234" vertex="1">
                    <mxGeometry width="120" height="110" as="geometry">
                        <mxRectangle width="120" height="110" as="alternateBounds"/>
                    </mxGeometry>
                </mxCell>
                <mxCell id="236" value="" style="shape=table;startSize=0;container=1;collapsible=0;childLayout=tableLayout;" parent="1" vertex="1">
                    <mxGeometry x="500" y="690" width="119.99999999999977" height="80" as="geometry"/>
                </mxCell>
                <mxCell id="237" value="" style="shape=tableRow;horizontal=0;startSize=0;swimlaneHead=0;swimlaneBody=0;strokeColor=inherit;top=0;left=0;bottom=0;right=0;collapsible=0;dropTarget=0;fillColor=none;points=[[0,0.5],[1,0.5]];portConstraint=eastwest;" parent="236" vertex="1">
                    <mxGeometry width="119.99999999999977" height="40" as="geometry"/>
                </mxCell>
                <mxCell id="238" value="dateCreation&amp;nbsp; &amp;nbsp; &amp;nbsp;" style="shape=partialRectangle;html=1;whiteSpace=wrap;connectable=0;strokeColor=inherit;overflow=hidden;fillColor=none;top=0;left=0;bottom=0;right=0;pointerEvents=1;" parent="237" vertex="1">
                    <mxGeometry width="120" height="40" as="geometry">
                        <mxRectangle width="120" height="40" as="alternateBounds"/>
                    </mxGeometry>
                </mxCell>
                <mxCell id="239" value="" style="shape=tableRow;horizontal=0;startSize=0;swimlaneHead=0;swimlaneBody=0;strokeColor=inherit;top=0;left=0;bottom=0;right=0;collapsible=0;dropTarget=0;fillColor=none;points=[[0,0.5],[1,0.5]];portConstraint=eastwest;" parent="236" vertex="1">
                    <mxGeometry y="40" width="119.99999999999977" height="40" as="geometry"/>
                </mxCell>
                <mxCell id="240" value="rendezVous_id&amp;nbsp; &amp;nbsp;&amp;nbsp;" style="shape=partialRectangle;html=1;whiteSpace=wrap;connectable=0;strokeColor=inherit;overflow=hidden;fillColor=none;top=0;left=0;bottom=0;right=0;pointerEvents=1;" parent="239" vertex="1">
                    <mxGeometry width="120" height="40" as="geometry">
                        <mxRectangle width="120" height="40" as="alternateBounds"/>
                    </mxGeometry>
                </mxCell>
                <mxCell id="241" style="edgeStyle=none;html=1;entryX=0.179;entryY=0.054;entryDx=0;entryDy=0;entryPerimeter=0;endArrow=ERmany;endFill=0;startArrow=ERone;startFill=0;exitX=1;exitY=0.5;exitDx=0;exitDy=0;" parent="1" edge="1" source="92">
                    <mxGeometry relative="1" as="geometry">
                        <mxPoint x="358.52" y="102.03" as="sourcePoint"/>
                        <mxPoint x="689.9999999999999" y="97.97" as="targetPoint"/>
                    </mxGeometry>
                </mxCell>
                <mxCell id="242" style="edgeStyle=none;html=1;entryX=1;entryY=0.5;entryDx=0;entryDy=0;endArrow=ERmany;endFill=0;startArrow=ERone;startFill=0;exitX=0;exitY=0.5;exitDx=0;exitDy=0;" parent="1" edge="1">
                    <mxGeometry relative="1" as="geometry">
                        <mxPoint x="500" y="410" as="sourcePoint"/>
                        <mxPoint x="380" y="410" as="targetPoint"/>
                    </mxGeometry>
                </mxCell>
                <mxCell id="243" style="edgeStyle=none;html=1;entryX=0;entryY=0.5;entryDx=0;entryDy=0;endArrow=ERmany;endFill=0;startArrow=ERone;startFill=0;exitX=1.005;exitY=0.931;exitDx=0;exitDy=0;exitPerimeter=0;" parent="1" source="132" edge="1" target="246">
                    <mxGeometry relative="1" as="geometry">
                        <mxPoint x="383.72" y="317.88000000000005" as="sourcePoint"/>
                        <mxPoint x="500.0000000000002" y="160.44000000000005" as="targetPoint"/>
                        <Array as="points">
                            <mxPoint x="460" y="318"/>
                            <mxPoint x="460" y="250"/>
                            <mxPoint x="460" y="140"/>
                        </Array>
                    </mxGeometry>
                </mxCell>
                <mxCell id="244" style="edgeStyle=none;html=1;entryX=1.005;entryY=0.729;entryDx=0;entryDy=0;entryPerimeter=0;endArrow=ERone;endFill=0;startArrow=ERone;startFill=0;exitX=0.576;exitY=1.014;exitDx=0;exitDy=0;exitPerimeter=0;" parent="1" target="213" edge="1" source="234">
                    <mxGeometry relative="1" as="geometry">
                        <mxPoint x="619.9999999999998" y="142.4" as="sourcePoint"/>
                        <mxPoint x="624.3199999999997" y="680" as="targetPoint"/>
                        <Array as="points">
                            <mxPoint x="760" y="600"/>
                            <mxPoint x="660" y="600"/>
                        </Array>
                    </mxGeometry>
                </mxCell>
                <mxCell id="245" value="" style="shape=table;startSize=0;container=1;collapsible=0;childLayout=tableLayout;" vertex="1" parent="1">
                    <mxGeometry x="510" y="120" width="110" height="40" as="geometry"/>
                </mxCell>
                <mxCell id="246" value="" style="shape=tableRow;horizontal=0;startSize=0;swimlaneHead=0;swimlaneBody=0;strokeColor=inherit;top=0;left=0;bottom=0;right=0;collapsible=0;dropTarget=0;fillColor=none;points=[[0,0.5],[1,0.5]];portConstraint=eastwest;" vertex="1" parent="245">
                    <mxGeometry width="110" height="40" as="geometry"/>
                </mxCell>
                <mxCell id="247" value="Desponibilite" style="shape=partialRectangle;html=1;whiteSpace=wrap;connectable=0;strokeColor=inherit;overflow=hidden;fillColor=none;top=0;left=0;bottom=0;right=0;pointerEvents=1;" vertex="1" parent="246">
                    <mxGeometry width="110" height="40" as="geometry">
                        <mxRectangle width="110" height="40" as="alternateBounds"/>
                    </mxGeometry>
                </mxCell>
                <mxCell id="248" value="" style="shape=table;startSize=0;container=1;collapsible=0;childLayout=tableLayout;" vertex="1" parent="1">
                    <mxGeometry x="510" y="160" width="110" height="60" as="geometry"/>
                </mxCell>
                <mxCell id="249" value="" style="shape=tableRow;horizontal=0;startSize=0;swimlaneHead=0;swimlaneBody=0;strokeColor=inherit;top=0;left=0;bottom=0;right=0;collapsible=0;dropTarget=0;fillColor=none;points=[[0,0.5],[1,0.5]];portConstraint=eastwest;" vertex="1" parent="248">
                    <mxGeometry width="110" height="20" as="geometry"/>
                </mxCell>
                <mxCell id="250" value="id" style="shape=partialRectangle;html=1;whiteSpace=wrap;connectable=0;strokeColor=inherit;overflow=hidden;fillColor=none;top=0;left=0;bottom=0;right=0;pointerEvents=1;" vertex="1" parent="249">
                    <mxGeometry width="110" height="20" as="geometry">
                        <mxRectangle width="110" height="20" as="alternateBounds"/>
                    </mxGeometry>
                </mxCell>
                <mxCell id="251" value="" style="shape=tableRow;horizontal=0;startSize=0;swimlaneHead=0;swimlaneBody=0;strokeColor=inherit;top=0;left=0;bottom=0;right=0;collapsible=0;dropTarget=0;fillColor=none;points=[[0,0.5],[1,0.5]];portConstraint=eastwest;" vertex="1" parent="248">
                    <mxGeometry y="20" width="110" height="20" as="geometry"/>
                </mxCell>
                <mxCell id="252" value="date_debut" style="shape=partialRectangle;html=1;whiteSpace=wrap;connectable=0;strokeColor=inherit;overflow=hidden;fillColor=none;top=0;left=0;bottom=0;right=0;pointerEvents=1;" vertex="1" parent="251">
                    <mxGeometry width="110" height="20" as="geometry">
                        <mxRectangle width="110" height="20" as="alternateBounds"/>
                    </mxGeometry>
                </mxCell>
                <mxCell id="253" value="" style="shape=tableRow;horizontal=0;startSize=0;swimlaneHead=0;swimlaneBody=0;strokeColor=inherit;top=0;left=0;bottom=0;right=0;collapsible=0;dropTarget=0;fillColor=none;points=[[0,0.5],[1,0.5]];portConstraint=eastwest;" vertex="1" parent="248">
                    <mxGeometry y="40" width="110" height="20" as="geometry"/>
                </mxCell>
                <mxCell id="254" value="date_fin" style="shape=partialRectangle;html=1;whiteSpace=wrap;connectable=0;strokeColor=inherit;overflow=hidden;fillColor=none;top=0;left=0;bottom=0;right=0;pointerEvents=1;" vertex="1" parent="253">
                    <mxGeometry width="110" height="20" as="geometry">
                        <mxRectangle width="110" height="20" as="alternateBounds"/>
                    </mxGeometry>
                </mxCell>
                <mxCell id="259" value="" style="shape=table;startSize=0;container=1;collapsible=0;childLayout=tableLayout;" vertex="1" parent="1">
                    <mxGeometry x="510" y="220" width="110" height="40" as="geometry"/>
                </mxCell>
                <mxCell id="260" value="" style="shape=tableRow;horizontal=0;startSize=0;swimlaneHead=0;swimlaneBody=0;strokeColor=inherit;top=0;left=0;bottom=0;right=0;collapsible=0;dropTarget=0;fillColor=none;points=[[0,0.5],[1,0.5]];portConstraint=eastwest;" vertex="1" parent="259">
                    <mxGeometry width="110" height="20" as="geometry"/>
                </mxCell>
                <mxCell id="261" value="Disponible" style="shape=partialRectangle;html=1;whiteSpace=wrap;connectable=0;strokeColor=inherit;overflow=hidden;fillColor=none;top=0;left=0;bottom=0;right=0;pointerEvents=1;" vertex="1" parent="260">
                    <mxGeometry width="110" height="20" as="geometry">
                        <mxRectangle width="110" height="20" as="alternateBounds"/>
                    </mxGeometry>
                </mxCell>
                <mxCell id="262" value="" style="shape=tableRow;horizontal=0;startSize=0;swimlaneHead=0;swimlaneBody=0;strokeColor=inherit;top=0;left=0;bottom=0;right=0;collapsible=0;dropTarget=0;fillColor=none;points=[[0,0.5],[1,0.5]];portConstraint=eastwest;" vertex="1" parent="259">
                    <mxGeometry y="20" width="110" height="20" as="geometry"/>
                </mxCell>
                <mxCell id="263" value="id_medcin" style="shape=partialRectangle;html=1;whiteSpace=wrap;connectable=0;strokeColor=inherit;overflow=hidden;fillColor=none;top=0;left=0;bottom=0;right=0;pointerEvents=1;" vertex="1" parent="262">
                    <mxGeometry width="110" height="20" as="geometry">
                        <mxRectangle width="110" height="20" as="alternateBounds"/>
                    </mxGeometry>
                </mxCell>
                <mxCell id="264" style="edgeStyle=none;html=1;exitX=1;exitY=0.5;exitDx=0;exitDy=0;entryX=0.252;entryY=1.007;entryDx=0;entryDy=0;entryPerimeter=0;endArrow=ERone;endFill=0;startArrow=ERone;startFill=0;" edge="1" parent="1" target="234">
                    <mxGeometry relative="1" as="geometry">
                        <mxPoint x="620" y="240" as="sourcePoint"/>
                        <mxPoint x="692.04" y="238.23000000000013" as="targetPoint"/>
                        <Array as="points">
                            <mxPoint x="720" y="240"/>
                        </Array>
                    </mxGeometry>
                </mxCell>
            </root>
        </mxGraphModel>
    </diagram>
</mxfile>